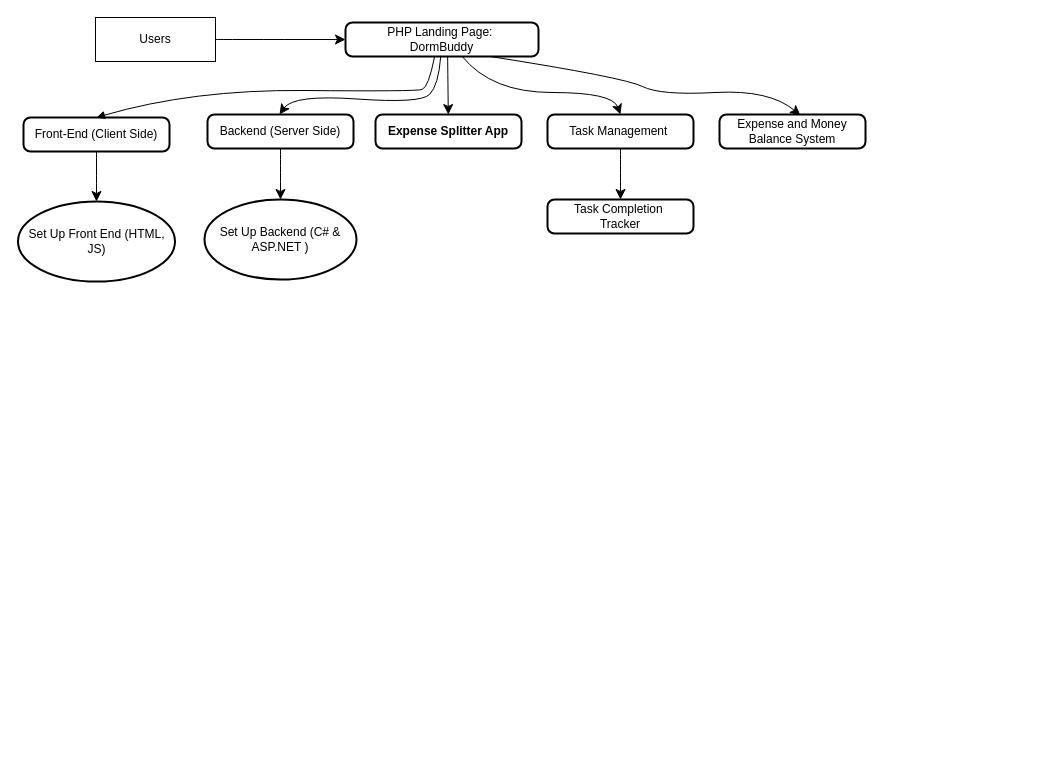
Above: Untitled Diagram.drawio in pamelamauna96/DormBuddy (draw.io), before the change. Source tidied: cells renumbered, new cells numbered last; positions are measured from the earlier drawing's top-left corner, leaving out a move shared by most shapes. Both pictures are drawn from the tidied source at 100%, with x=0, y=0 at pixel (17, 17).
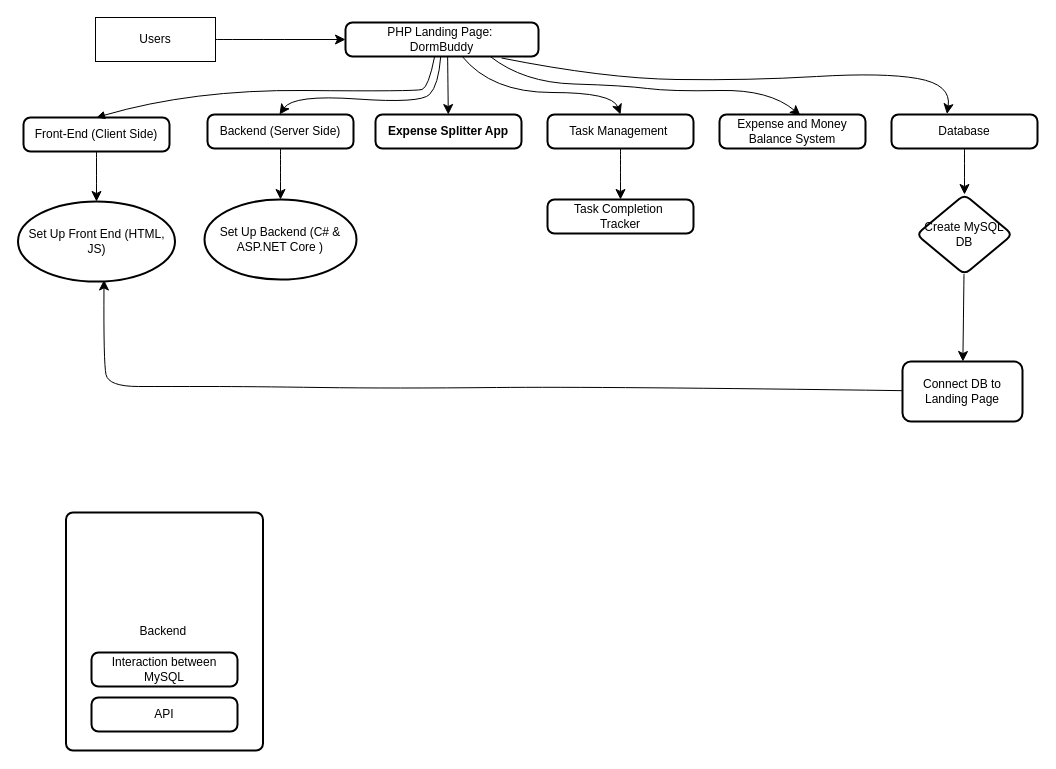
The same page after the edit.

Commit message:
Update workinprogress framework

The change refers to these unchanged cells:
```xml
<mxCell id="5" value="PHP Landing Page: &#10;DormBuddy" style="rounded=1;absoluteArcSize=1;arcSize=14;whiteSpace=wrap;strokeWidth=2;" parent="1" vertex="1">
  <mxGeometry x="328" y="5" width="193" height="34" as="geometry" />
</mxCell>
<mxCell id="17" value="Set Up Front End (HTML, JS)" style="ellipse;whiteSpace=wrap;html=1;rounded=1;arcSize=14;strokeWidth=2;" parent="1" vertex="1">
  <mxGeometry x="0.5" y="184" width="157" height="80" as="geometry" />
</mxCell>
```

Change to the diagram source:
```diff
@@
+    <mxCell id="22" style="edgeStyle=none;curved=1;rounded=0;jettySize=auto;html=1;entryX=0.38;entryY=-0.015;entryDx=0;entryDy=0;fontSize=12;startSize=8;endSize=8;exitX=0.858;exitY=0.956;exitDx=0;exitDy=0;exitPerimeter=0;entryPerimeter=0;" parent="1" edge="1" target="24">
+      <mxGeometry relative="1" as="geometry">
+        <mxPoint x="484" y="40.5" as="sourcePoint" />
+        <Array as="points">
+          <mxPoint x="587" y="61" />
+          <mxPoint x="732" y="63" />
+          <mxPoint x="866" y="55" />
+          <mxPoint x="934" y="67" />
+        </Array>
+      </mxGeometry>
+    </mxCell>
@@
-    <mxCell id="20" value="Set Up Backend (C# &amp;amp; ASP.NET )" style="ellipse;whiteSpace=wrap;html=1;rounded=1;arcSize=14;strokeWidth=2;" parent="1" vertex="1">
+    <mxCell id="20" value="Set Up Backend (C# &amp;amp; ASP.NET Core )" style="ellipse;whiteSpace=wrap;html=1;rounded=1;arcSize=14;strokeWidth=2;" parent="1" vertex="1">
       <mxGeometry x="187" y="182" width="152" height="80" as="geometry" />
     </mxCell>
     <mxCell id="21" style="edgeStyle=none;curved=1;rounded=0;jettySize=auto;html=1;fontSize=12;startSize=8;endSize=8;exitX=0.75;exitY=1;exitDx=0;exitDy=0;" parent="1" edge="1" source="5">
       <mxGeometry relative="1" as="geometry">
         <mxPoint x="783" y="98" as="targetPoint" />
         <Array as="points">
-          <mxPoint x="607" y="60" />
-          <mxPoint x="643" y="78" />
+          <mxPoint x="506" y="65" />
+          <mxPoint x="607" y="68" />
+          <mxPoint x="653" y="74" />
           <mxPoint x="752" y="72" />
         </Array>
       </mxGeometry>
     </mxCell>
+    <mxCell id="23" style="edgeStyle=none;curved=1;rounded=0;jettySize=auto;html=1;fontSize=12;startSize=8;endSize=8;" parent="1" edge="1" source="24" target="26">
+      <mxGeometry relative="1" as="geometry" />
+    </mxCell>
+    <mxCell id="24" value="Database" style="rounded=1;absoluteArcSize=1;arcSize=14;whiteSpace=wrap;strokeWidth=2;" parent="1" vertex="1">
+      <mxGeometry x="874" y="97" width="146" height="34" as="geometry" />
+    </mxCell>
+    <mxCell id="25" style="edgeStyle=none;curved=1;rounded=0;jettySize=auto;html=1;fontSize=12;startSize=8;endSize=8;" parent="1" edge="1" source="26" target="27">
+      <mxGeometry relative="1" as="geometry" />
+    </mxCell>
+    <mxCell id="26" value="Create MySQL DB" style="rhombus;whiteSpace=wrap;html=1;rounded=1;arcSize=14;strokeWidth=2;" parent="1" vertex="1">
+      <mxGeometry x="899" y="177" width="96" height="80" as="geometry" />
+    </mxCell>
+    <mxCell id="27" value="Connect DB to Landing Page" style="whiteSpace=wrap;html=1;rounded=1;arcSize=14;strokeWidth=2;" parent="1" vertex="1">
+      <mxGeometry x="885" y="344" width="120" height="60" as="geometry" />
+    </mxCell>
+    <mxCell id="28" style="edgeStyle=none;curved=1;rounded=0;jettySize=auto;html=1;fontSize=12;startSize=8;endSize=8;entryX=0.548;entryY=0.981;entryDx=0;entryDy=0;entryPerimeter=0;" parent="1" edge="1" source="27" target="17">
+      <mxGeometry relative="1" as="geometry">
+        <Array as="points">
+          <mxPoint x="583" y="369" />
+          <mxPoint x="375" y="371" />
+          <mxPoint x="232" y="369" />
+          <mxPoint x="151" y="369" />
+          <mxPoint x="91" y="369" />
+          <mxPoint x="86" y="345" />
+        </Array>
+      </mxGeometry>
+    </mxCell>
+    <mxCell id="29" value="Backend " style="rounded=1;absoluteArcSize=1;arcSize=14;whiteSpace=wrap;strokeWidth=2;" parent="1" vertex="1">
+      <mxGeometry x="48.5" y="495" width="197" height="238" as="geometry" />
+    </mxCell>
+    <mxCell id="30" value="Interaction between MySQL" style="rounded=1;absoluteArcSize=1;arcSize=14;whiteSpace=wrap;strokeWidth=2;" parent="1" vertex="1">
+      <mxGeometry x="74" y="635" width="146" height="34" as="geometry" />
+    </mxCell>
+    <mxCell id="31" value="API" style="rounded=1;absoluteArcSize=1;arcSize=14;whiteSpace=wrap;strokeWidth=2;" parent="1" vertex="1">
+      <mxGeometry x="74" y="680" width="146" height="34" as="geometry" />
+    </mxCell>
```
